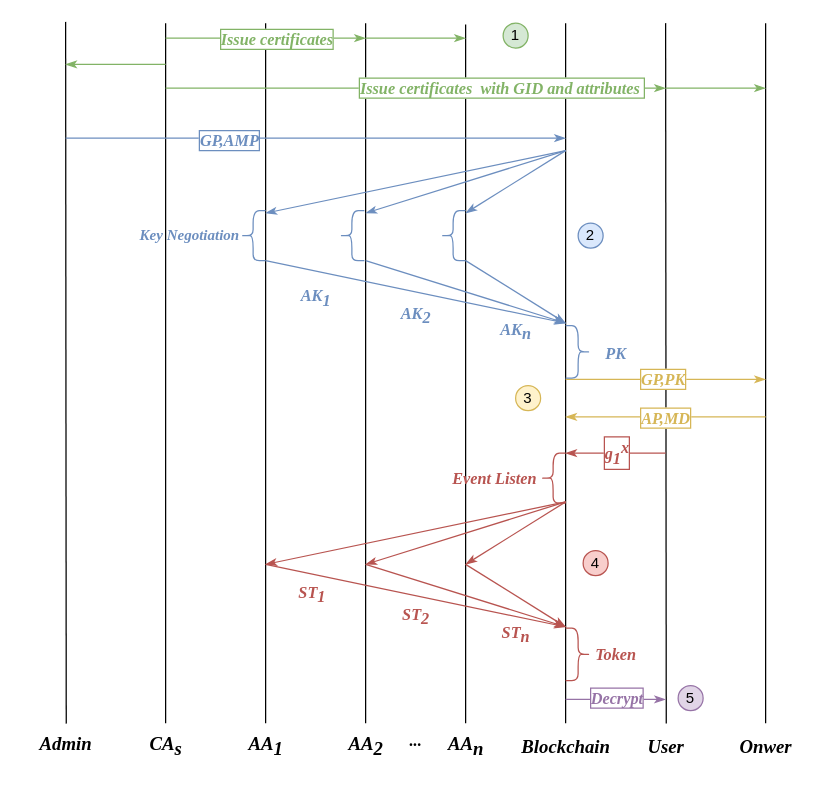
Above: systemarchitecture.drawio in Mr-doublehappines/httpServer (draw.io), before the change. Source tidied: cells renumbered, new cells numbered last; positions are measured from the earlier drawing's top-left corner, leaving out a move shared by most shapes. Both pictures are drawn from the tidied source at 125%, with x=0, y=0 at pixel (21, 21).
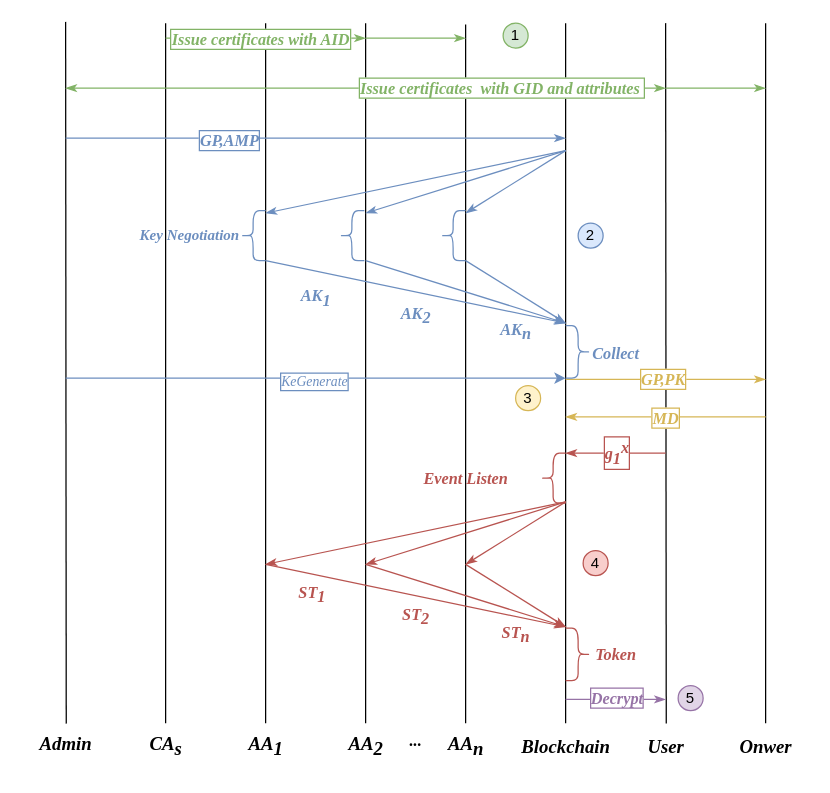
The same page after the edit.

Unchanged cells that the change refers to:
```xml
<mxCell id="10" style="endArrow=classicThin;html=1;rounded=0;endFill=1;fontFamily=Times New Roman;fontStyle=3;fillColor=#d5e8d4;strokeColor=#82b366;fontSize=13;" parent="1" edge="1">
  <mxGeometry relative="1" as="geometry">
    <mxPoint x="115" y="13" as="sourcePoint" />
    <mxPoint x="275" y="13" as="targetPoint" />
  </mxGeometry>
</mxCell>
<mxCell id="57" style="endArrow=classicThin;html=1;rounded=0;endFill=1;fontFamily=Times New Roman;fontStyle=3;fillColor=#fff2cc;strokeColor=#d6b656;fontSize=13;" parent="1" edge="1">
  <mxGeometry relative="1" as="geometry">
    <mxPoint x="595" y="316" as="sourcePoint" />
    <mxPoint x="435" y="316" as="targetPoint" />
  </mxGeometry>
</mxCell>
```

What changed in the source:
```diff
@@
-    <mxCell id="11" value="Issue certificates" style="edgeLabel;html=1;align=center;verticalAlign=middle;fontFamily=Times New Roman;fontStyle=3;fontColor=#82B366;fontSize=13;labelBorderColor=#82B366;" parent="10" vertex="1">
+    <mxCell id="11" value="Issue certificates with AID" style="edgeLabel;html=1;align=center;verticalAlign=middle;fontFamily=Times New Roman;fontStyle=3;fontColor=#82B366;fontSize=13;labelBorderColor=#82B366;" parent="10" vertex="1">
       <mxGeometry x="-0.09" y="-2" relative="1" as="geometry">
-        <mxPoint x="15" y="-2" as="offset" />
+        <mxPoint x="2" y="-2" as="offset" />
       </mxGeometry>
     </mxCell>
@@
-    <mxCell id="49" value="&lt;font color=&quot;#6c8ebf&quot; style=&quot;font-size: 13px;&quot;&gt;PK&lt;/font&gt;" style="text;html=1;align=center;verticalAlign=middle;strokeColor=none;fillColor=none;fontFamily=Times New Roman;fontStyle=3;fontSize=13;" parent="1" vertex="1">
-      <mxGeometry x="455" y="250" width="40" height="30" as="geometry" />
+    <mxCell id="49" value="&lt;font color=&quot;#6c8ebf&quot; style=&quot;font-size: 13px;&quot;&gt;Collect&lt;/font&gt;" style="text;html=1;align=center;verticalAlign=middle;strokeColor=none;fillColor=none;fontFamily=Times New Roman;fontStyle=3;fontSize=13;" parent="1" vertex="1">
+      <mxGeometry x="445" y="250" width="60" height="30" as="geometry" />
     </mxCell>
@@
     <mxCell id="51" value="&lt;font style=&quot;font-size: 13px;&quot;&gt;Event Listen&lt;/font&gt;" style="text;html=1;align=center;verticalAlign=middle;strokeColor=none;fillColor=none;fontFamily=Times New Roman;fontStyle=3;fontColor=#B85450;fontSize=13;" parent="1" vertex="1">
-      <mxGeometry x="333" y="350" width="90" height="30" as="geometry" />
+      <mxGeometry x="310" y="350" width="90" height="30" as="geometry" />
     </mxCell>
@@
-    <mxCell id="58" value="AP,MD" style="edgeLabel;html=1;align=center;verticalAlign=middle;fontFamily=Times New Roman;fontStyle=3;fontColor=#D6B656;fontSize=13;labelBorderColor=#D6B656;" parent="57" vertex="1">
+    <mxCell id="58" value="MD" style="edgeLabel;html=1;align=center;verticalAlign=middle;fontFamily=Times New Roman;fontStyle=3;fontColor=#D6B656;fontSize=13;labelBorderColor=#D6B656;" parent="57" vertex="1">
       <mxGeometry x="-0.02" y="2" relative="1" as="geometry">
         <mxPoint x="-3" y="-2" as="offset" />
       </mxGeometry>
     </mxCell>
@@
     <mxCell id="68" style="endArrow=classicThin;html=1;rounded=0;endFill=1;fillColor=#d5e8d4;strokeColor=#82b366;" parent="1" edge="1">
       <mxGeometry relative="1" as="geometry">
-        <mxPoint x="115" y="34" as="sourcePoint" />
-        <mxPoint x="35" y="34" as="targetPoint" />
+        <mxPoint x="115" y="53" as="sourcePoint" />
+        <mxPoint x="35" y="53" as="targetPoint" />
       </mxGeometry>
     </mxCell>
+    <mxCell id="69" style="endArrow=classic;html=1;rounded=0;fillColor=#dae8fc;strokeColor=#6C8EBF;" parent="1" edge="1">
+      <mxGeometry relative="1" as="geometry">
+        <mxPoint x="35" y="285" as="sourcePoint" />
+        <mxPoint x="435" y="285" as="targetPoint" />
+      </mxGeometry>
+    </mxCell>
+    <mxCell id="70" value="KeGenerate" style="edgeLabel;html=1;align=center;verticalAlign=middle;labelBorderColor=#6C8EBF;fontColor=#6C8EBF;fontStyle=2;fontFamily=Times New Roman;" parent="69" vertex="1">
+      <mxGeometry x="-0.01" y="-2" relative="1" as="geometry" />
+    </mxCell>
```
